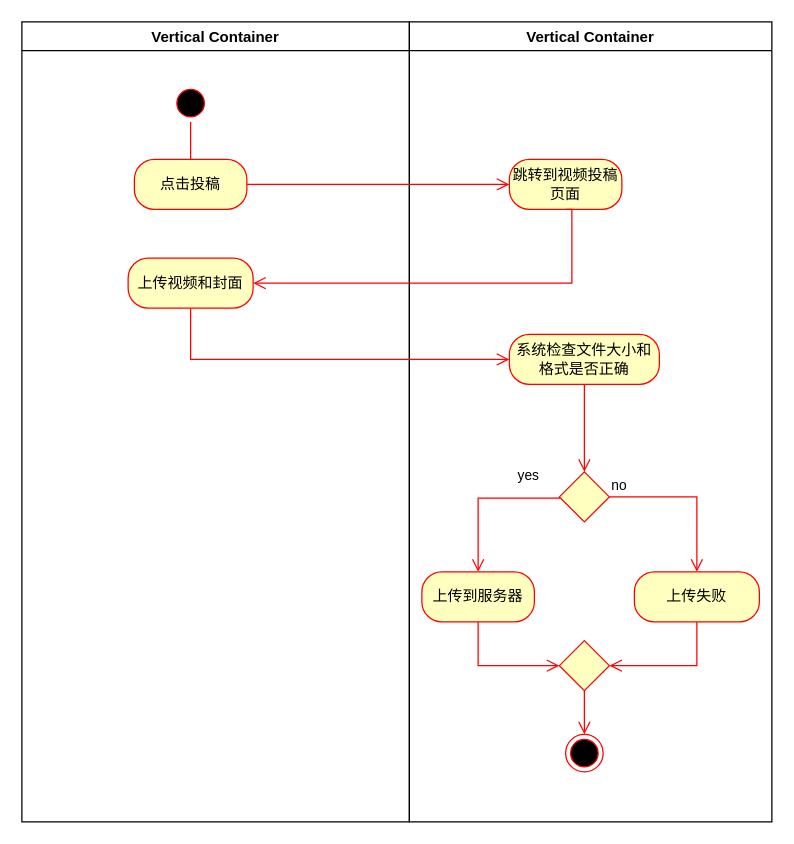
This is Untitled Diagram.drawio from sochiching/szq, a draw.io file, before an edit. Source tidied: cells renumbered, new cells numbered last; positions are measured from the earlier drawing's top-left corner, leaving out a move shared by most shapes. Both pictures are drawn from the tidied source at 125%, with x=0, y=0 at pixel (21, 21).
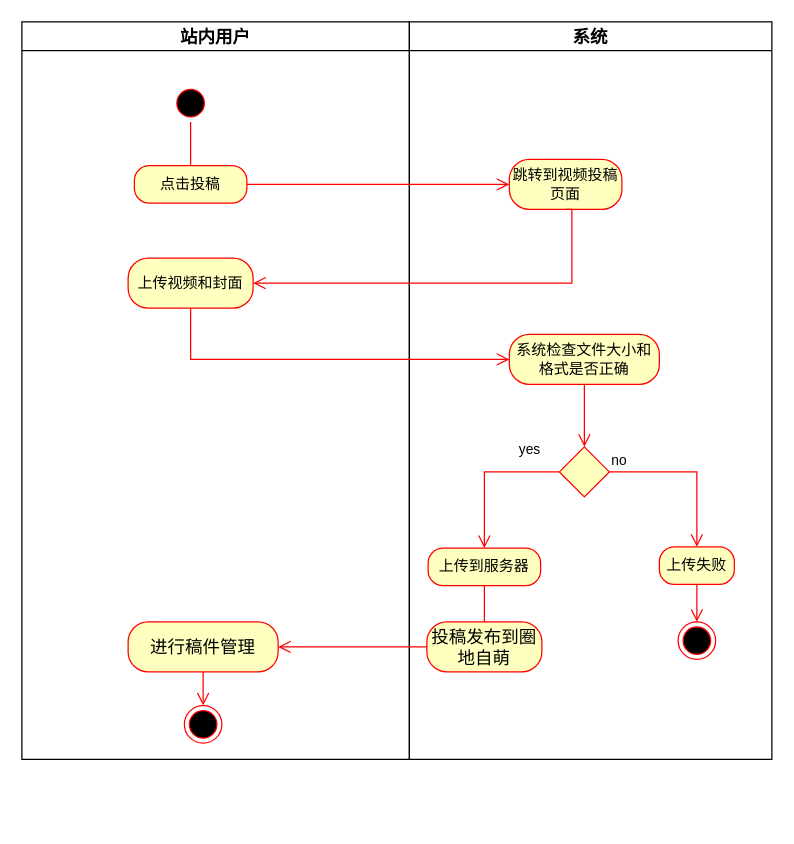
The same page after the edit.

Change to the diagram source:
```diff
@@
-    <mxCell id="2" value="Vertical Container" style="swimlane;" parent="1" vertex="1">
-      <mxGeometry width="310" height="640" as="geometry" />
+    <mxCell id="2" value="站内用户" style="swimlane;fontSize=14;" parent="1" vertex="1">
+      <mxGeometry width="310" height="590" as="geometry" />
     </mxCell>
@@
     <mxCell id="5" value="点击投稿" style="rounded=1;whiteSpace=wrap;html=1;arcSize=40;fontColor=#000000;fillColor=#ffffc0;strokeColor=#ff0000;" parent="2" vertex="1">
-      <mxGeometry x="90" y="110" width="90" height="40" as="geometry" />
+      <mxGeometry x="90" y="115" width="90" height="30" as="geometry" />
     </mxCell>
@@
+    <mxCell id="24" value="进行稿件管理" style="rounded=1;whiteSpace=wrap;html=1;arcSize=40;fontColor=#000000;fillColor=#ffffc0;strokeColor=#ff0000;fontSize=14;" parent="2" vertex="1">
+      <mxGeometry x="85" y="480" width="120" height="40" as="geometry" />
+    </mxCell>
+    <mxCell id="25" style="edgeStyle=orthogonalEdgeStyle;html=1;verticalAlign=bottom;endArrow=open;endSize=8;strokeColor=#ff0000;rounded=0;fontSize=14;exitX=0.5;exitY=1;exitDx=0;exitDy=0;entryX=0.5;entryY=0;entryDx=0;entryDy=0;" parent="2" edge="1" source="24" target="26">
+      <mxGeometry relative="1" as="geometry" />
+    </mxCell>
+    <mxCell id="26" style="ellipse;html=1;shape=endState;fillColor=#000000;strokeColor=#ff0000;fontSize=14;" parent="2" vertex="1">
+      <mxGeometry x="130" y="547" width="30" height="30" as="geometry" />
+    </mxCell>
-    <mxCell id="7" value="Vertical Container" style="swimlane;" parent="1" vertex="1">
-      <mxGeometry x="310" width="290" height="640" as="geometry" />
+    <mxCell id="7" value="系统" style="swimlane;fontSize=14;" parent="1" vertex="1">
+      <mxGeometry x="310" width="290" height="590" as="geometry" />
     </mxCell>
@@
     <mxCell id="11" style="rhombus;whiteSpace=wrap;html=1;fillColor=#ffffc0;strokeColor=#ff0000;" parent="7" vertex="1">
-      <mxGeometry x="120" y="360" width="40" height="40" as="geometry" />
+      <mxGeometry x="120" y="340" width="40" height="40" as="geometry" />
     </mxCell>
     <mxCell id="12" value="yes" style="edgeStyle=orthogonalEdgeStyle;html=1;align=left;verticalAlign=top;endArrow=open;endSize=8;strokeColor=#ff0000;rounded=0;exitX=0;exitY=0.5;exitDx=0;exitDy=0;" parent="7" edge="1" source="11" target="13">
       <mxGeometry x="-0.43" y="-31" relative="1" as="geometry">
         <Array as="points">
-          <mxPoint x="120" y="381" />
-          <mxPoint x="55" y="381" />
+          <mxPoint x="60" y="360" />
         </Array>
       </mxGeometry>
     </mxCell>
     <mxCell id="13" value="上传到服务器" style="rounded=1;whiteSpace=wrap;html=1;arcSize=40;fontColor=#000000;fillColor=#ffffc0;strokeColor=#ff0000;" parent="7" vertex="1">
-      <mxGeometry x="10" y="440" width="90" height="40" as="geometry" />
+      <mxGeometry x="15" y="421" width="90" height="30" as="geometry" />
     </mxCell>
     <mxCell id="14" value="上传失败" style="rounded=1;whiteSpace=wrap;html=1;arcSize=40;fontColor=#000000;fillColor=#ffffc0;strokeColor=#ff0000;" parent="7" vertex="1">
-      <mxGeometry x="180" y="440" width="100" height="40" as="geometry" />
+      <mxGeometry x="200" y="420" width="60" height="30" as="geometry" />
     </mxCell>
-    <mxCell id="15" value="no" style="edgeStyle=orthogonalEdgeStyle;html=1;align=left;verticalAlign=bottom;endArrow=open;endSize=8;strokeColor=#ff0000;rounded=0;entryX=0.5;entryY=0;entryDx=0;entryDy=0;" parent="7" edge="1" source="11" target="14">
+    <mxCell id="15" value="no" style="edgeStyle=orthogonalEdgeStyle;html=1;align=left;verticalAlign=bottom;endArrow=open;endSize=8;strokeColor=#ff0000;rounded=0;entryX=0.5;entryY=0;entryDx=0;entryDy=0;exitX=1;exitY=0.5;exitDx=0;exitDy=0;" parent="7" edge="1" source="11" target="14">
       <mxGeometry x="-1" relative="1" as="geometry">
         <Array as="points">
-          <mxPoint x="230" y="380" />
+          <mxPoint x="230" y="360" />
         </Array>
       </mxGeometry>
     </mxCell>
-    <mxCell id="16" style="rhombus;whiteSpace=wrap;html=1;fillColor=#ffffc0;strokeColor=#ff0000;" parent="7" vertex="1">
-      <mxGeometry x="120" y="495" width="40" height="40" as="geometry" />
-    </mxCell>
+    <mxCell id="18" style="edgeStyle=orthogonalEdgeStyle;html=1;align=left;verticalAlign=bottom;endArrow=open;endSize=8;strokeColor=#ff0000;rounded=0;exitX=0.5;exitY=1;exitDx=0;exitDy=0;startArrow=none;" parent="7" edge="1" source="28">
+      <mxGeometry x="-1" relative="1" as="geometry">
+        <mxPoint x="60" y="520" as="targetPoint" />
+        <Array as="points">
+          <mxPoint x="60" y="516" />
+        </Array>
+      </mxGeometry>
+    </mxCell>
+    <mxCell id="27" style="ellipse;html=1;shape=endState;fillColor=#000000;strokeColor=#ff0000;fontSize=14;" parent="7" vertex="1">
+      <mxGeometry x="215" y="480" width="30" height="30" as="geometry" />
+    </mxCell>
-    <mxCell id="17" style="edgeStyle=orthogonalEdgeStyle;html=1;align=left;verticalAlign=bottom;endArrow=open;endSize=8;strokeColor=#ff0000;rounded=0;entryX=1;entryY=0.5;entryDx=0;entryDy=0;exitX=0.5;exitY=1;exitDx=0;exitDy=0;" parent="7" edge="1" source="14" target="16">
-      <mxGeometry x="-1" relative="1" as="geometry">
-        <Array as="points">
-          <mxPoint x="230" y="515" />
-        </Array>
-      </mxGeometry>
+    <mxCell id="17" style="edgeStyle=orthogonalEdgeStyle;html=1;align=left;verticalAlign=bottom;endArrow=open;endSize=8;strokeColor=#ff0000;rounded=0;entryX=0.5;entryY=0;entryDx=0;entryDy=0;exitX=0.5;exitY=1;exitDx=0;exitDy=0;" parent="7" edge="1" source="14" target="27">
+      <mxGeometry x="-1" relative="1" as="geometry" />
     </mxCell>
-    <mxCell id="18" style="edgeStyle=orthogonalEdgeStyle;html=1;align=left;verticalAlign=bottom;endArrow=open;endSize=8;strokeColor=#ff0000;rounded=0;entryX=0;entryY=0.5;entryDx=0;entryDy=0;exitX=0.5;exitY=1;exitDx=0;exitDy=0;" parent="7" edge="1" source="13" target="16">
-      <mxGeometry x="-1" relative="1" as="geometry">
-        <Array as="points">
-          <mxPoint x="55" y="515" />
-        </Array>
-      </mxGeometry>
-    </mxCell>
-    <mxCell id="19" style="ellipse;html=1;shape=endState;fillColor=#000000;strokeColor=#ff0000;" parent="7" vertex="1">
-      <mxGeometry x="125" y="570" width="30" height="30" as="geometry" />
-    </mxCell>
-    <mxCell id="20" style="edgeStyle=orthogonalEdgeStyle;html=1;align=left;verticalAlign=bottom;endArrow=open;endSize=8;strokeColor=#ff0000;rounded=0;entryX=0.5;entryY=0;entryDx=0;entryDy=0;exitX=0.5;exitY=1;exitDx=0;exitDy=0;" parent="7" edge="1" source="16" target="19">
-      <mxGeometry x="-1" relative="1" as="geometry" />
-    </mxCell>
+    <mxCell id="28" value="投稿发布到圈地自萌" style="rounded=1;whiteSpace=wrap;html=1;arcSize=40;fontColor=#000000;fillColor=#ffffc0;strokeColor=#ff0000;fontSize=14;" parent="7" vertex="1">
+      <mxGeometry x="14" y="480" width="92" height="40" as="geometry" />
+    </mxCell>
+    <mxCell id="29" style="edgeStyle=orthogonalEdgeStyle;html=1;align=left;verticalAlign=bottom;endArrow=none;endSize=8;strokeColor=#ff0000;rounded=0;exitX=0.5;exitY=1;exitDx=0;exitDy=0;" parent="7" edge="1" source="13" target="28">
+      <mxGeometry x="-1" relative="1" as="geometry" />
+    </mxCell>
@@
+    <mxCell id="30" style="edgeStyle=orthogonalEdgeStyle;html=1;verticalAlign=bottom;endArrow=open;endSize=8;strokeColor=#ff0000;rounded=0;fontSize=14;entryX=1;entryY=0.5;entryDx=0;entryDy=0;" parent="1" edge="1" source="28" target="24">
+      <mxGeometry relative="1" as="geometry" />
+    </mxCell>
```
